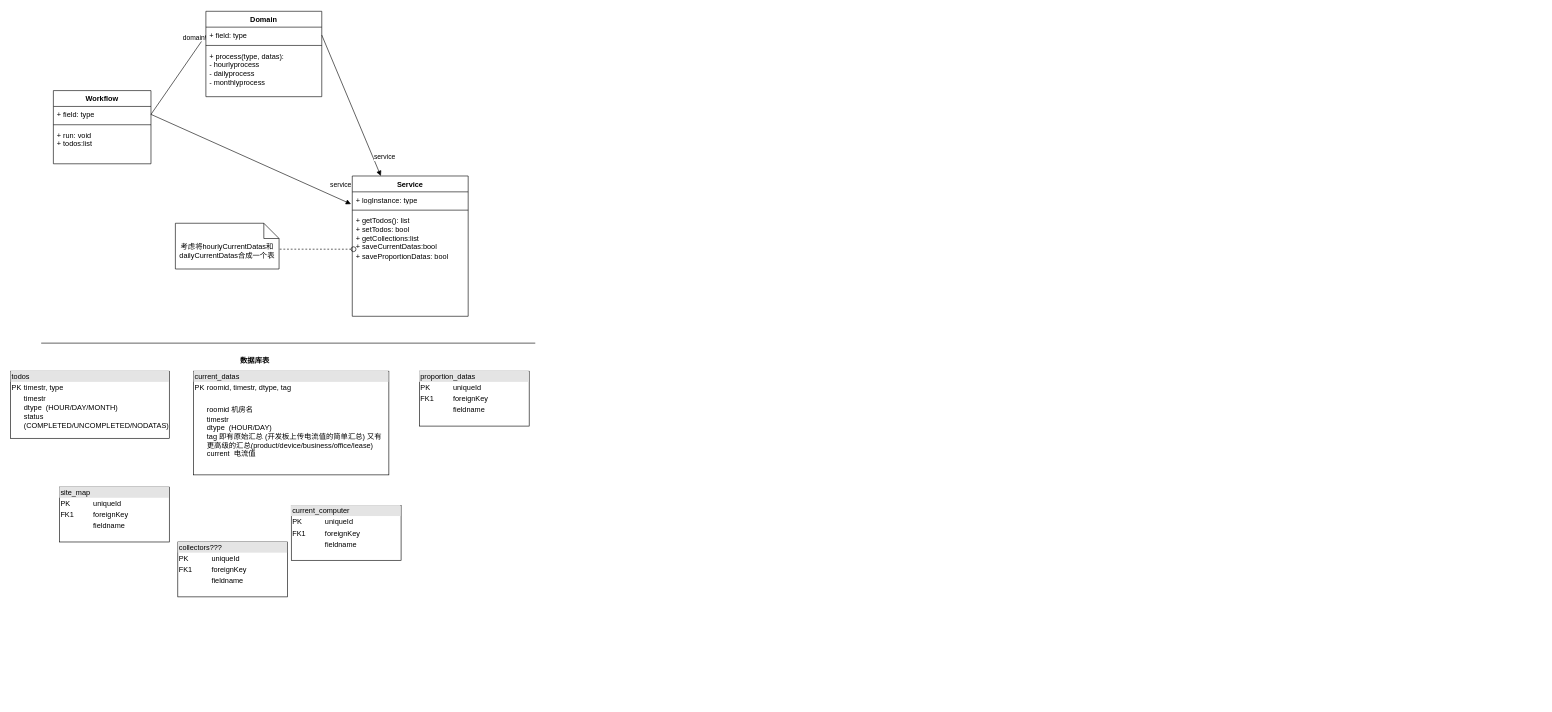
ThinkingAgain/PueProject keeps this draw.io diagram as page "类图" (15 of 15) of doc/proj/PUE.drawio. Above is the earlier version. Source tidied: cells renumbered, new cells numbered last; positions are measured from the earlier drawing's top-left corner, leaving out a move shared by most shapes. Both pictures are drawn from the tidied source at 61%, with x=0, y=0 at pixel (10, 11).
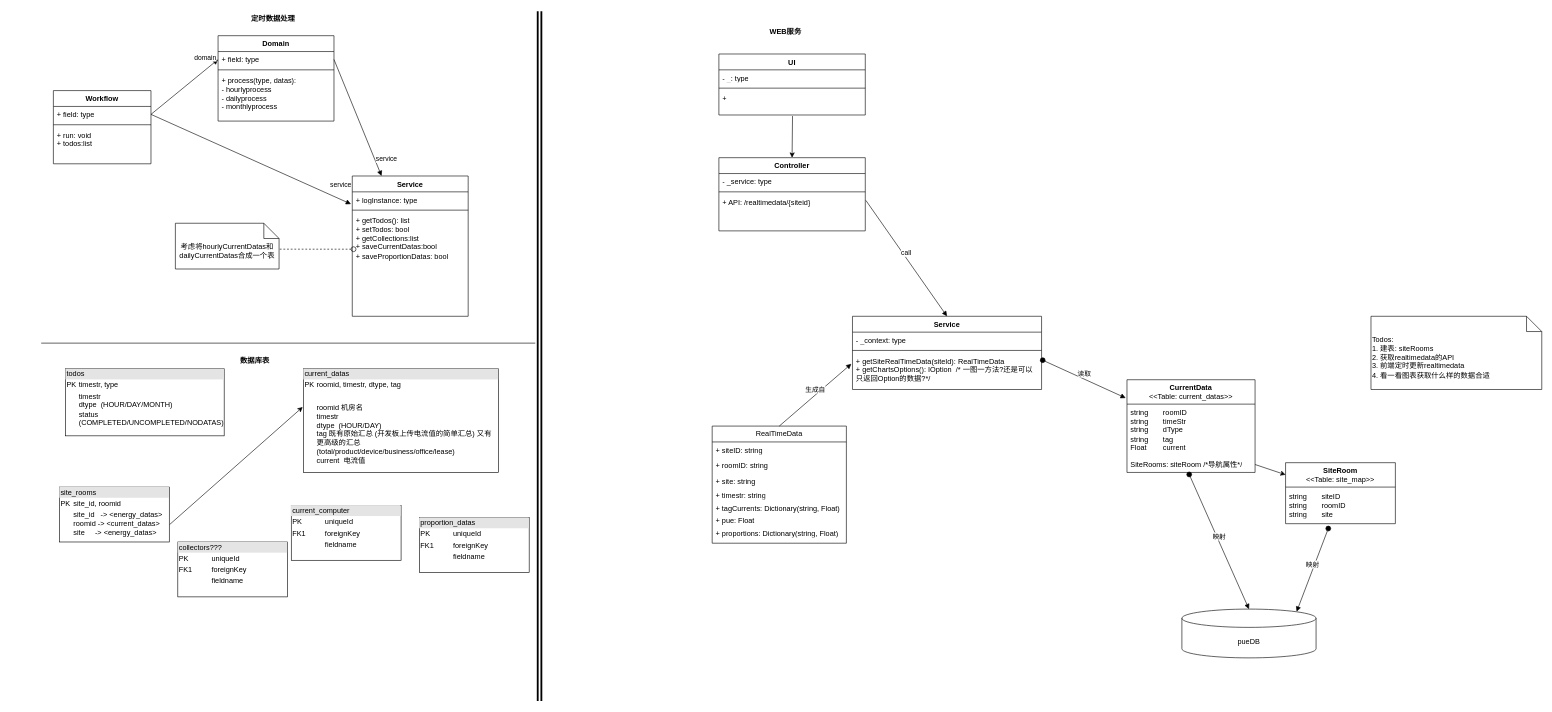
Above is the later version.

Change to the diagram source:
```diff
@@
     <mxCell id="6" value="Domain" style="swimlane;fontStyle=1;align=center;verticalAlign=top;horizontal=1;startSize=26;whiteSpace=wrap;html=1;" parent="1" vertex="1">
-      <mxGeometry x="320" width="190" height="140" as="geometry" />
+      <mxGeometry x="340" y="40" width="190" height="140" as="geometry" />
     </mxCell>
@@
     <mxCell id="21" value="&lt;div style=&quot;box-sizing:border-box;width:100%;background:#e4e4e4;padding:2px;&quot;&gt;todos&lt;/div&gt;&lt;table style=&quot;width:100%;font-size:1em;&quot; cellpadding=&quot;2&quot; cellspacing=&quot;0&quot;&gt;&lt;tbody&gt;&lt;tr&gt;&lt;td&gt;PK&lt;/td&gt;&lt;td&gt;timestr, type&lt;/td&gt;&lt;/tr&gt;&lt;tr&gt;&lt;td&gt;&lt;/td&gt;&lt;td&gt;timestr&amp;nbsp; &amp;nbsp;&lt;br&gt;dtype&amp;nbsp; (HOUR/DAY/MONTH)&lt;br&gt;status (COMPLETED/UNCOMPLETED/NODATAS)&lt;/td&gt;&lt;/tr&gt;&lt;/tbody&gt;&lt;/table&gt;" style="verticalAlign=top;align=left;overflow=fill;html=1;whiteSpace=wrap;" parent="1" vertex="1">
-      <mxGeometry y="590" width="260" height="110" as="geometry" />
+      <mxGeometry x="90" y="586" width="260" height="110" as="geometry" />
     </mxCell>
-    <mxCell id="22" value="&lt;div style=&quot;box-sizing:border-box;width:100%;background:#e4e4e4;padding:2px;&quot;&gt;current_datas&lt;/div&gt;&lt;table style=&quot;width:100%;font-size:1em;&quot; cellpadding=&quot;2&quot; cellspacing=&quot;0&quot;&gt;&lt;tbody&gt;&lt;tr&gt;&lt;td&gt;PK&lt;/td&gt;&lt;td&gt;roomid, timestr, dtype, tag&lt;/td&gt;&lt;/tr&gt;&lt;tr&gt;&lt;td&gt;&lt;br&gt;&lt;/td&gt;&lt;td&gt;&lt;br&gt;&lt;/td&gt;&lt;/tr&gt;&lt;tr&gt;&lt;td&gt;&lt;/td&gt;&lt;td&gt;roomid 机房名&lt;br&gt;timestr&amp;nbsp; &amp;nbsp;&lt;br&gt;dtype&amp;nbsp; (HOUR/DAY)&lt;br&gt;tag 即有原始汇总 (开发板上传电流值的简单汇总) 又有更高级的汇总(product/device/business/office/lease)&lt;br&gt;current&amp;nbsp; 电流值&lt;br&gt;&lt;br&gt;&lt;/td&gt;&lt;/tr&gt;&lt;/tbody&gt;&lt;/table&gt;" style="verticalAlign=top;align=left;overflow=fill;html=1;whiteSpace=wrap;" parent="1" vertex="1">
-      <mxGeometry x="300" y="590" width="320" height="170" as="geometry" />
+    <mxCell id="22" value="&lt;div style=&quot;box-sizing:border-box;width:100%;background:#e4e4e4;padding:2px;&quot;&gt;current_datas&lt;/div&gt;&lt;table style=&quot;width:100%;font-size:1em;&quot; cellpadding=&quot;2&quot; cellspacing=&quot;0&quot;&gt;&lt;tbody&gt;&lt;tr&gt;&lt;td&gt;PK&lt;/td&gt;&lt;td&gt;roomid, timestr, dtype, tag&lt;/td&gt;&lt;/tr&gt;&lt;tr&gt;&lt;td&gt;&lt;br&gt;&lt;/td&gt;&lt;td&gt;&lt;br&gt;&lt;/td&gt;&lt;/tr&gt;&lt;tr&gt;&lt;td&gt;&lt;/td&gt;&lt;td&gt;roomid 机房名&lt;br&gt;timestr&amp;nbsp; &amp;nbsp;&lt;br&gt;dtype&amp;nbsp; (HOUR/DAY)&lt;br&gt;tag 既有原始汇总 (开发板上传电流值的简单汇总) 又有更高级的汇总(total/product/device/business/office/lease)&lt;br&gt;current&amp;nbsp; 电流值&lt;br&gt;&lt;br&gt;&lt;/td&gt;&lt;/tr&gt;&lt;/tbody&gt;&lt;/table&gt;" style="verticalAlign=top;align=left;overflow=fill;html=1;whiteSpace=wrap;" parent="1" vertex="1">
+      <mxGeometry x="480" y="586" width="320" height="170" as="geometry" />
     </mxCell>
     <mxCell id="23" value="&lt;div style=&quot;box-sizing:border-box;width:100%;background:#e4e4e4;padding:2px;&quot;&gt;proportion_datas&lt;/div&gt;&lt;table style=&quot;width:100%;font-size:1em;&quot; cellpadding=&quot;2&quot; cellspacing=&quot;0&quot;&gt;&lt;tbody&gt;&lt;tr&gt;&lt;td&gt;PK&lt;/td&gt;&lt;td&gt;uniqueId&lt;/td&gt;&lt;/tr&gt;&lt;tr&gt;&lt;td&gt;FK1&lt;/td&gt;&lt;td&gt;foreignKey&lt;/td&gt;&lt;/tr&gt;&lt;tr&gt;&lt;td&gt;&lt;/td&gt;&lt;td&gt;fieldname&lt;/td&gt;&lt;/tr&gt;&lt;/tbody&gt;&lt;/table&gt;" style="verticalAlign=top;align=left;overflow=fill;html=1;whiteSpace=wrap;" parent="1" vertex="1">
-      <mxGeometry x="670" y="590" width="180" height="90" as="geometry" />
+      <mxGeometry x="670" y="830" width="180" height="90" as="geometry" />
     </mxCell>
-    <mxCell id="24" value="&lt;div style=&quot;box-sizing:border-box;width:100%;background:#e4e4e4;padding:2px;&quot;&gt;site_map&lt;/div&gt;&lt;table style=&quot;width:100%;font-size:1em;&quot; cellpadding=&quot;2&quot; cellspacing=&quot;0&quot;&gt;&lt;tbody&gt;&lt;tr&gt;&lt;td&gt;PK&lt;/td&gt;&lt;td&gt;uniqueId&lt;/td&gt;&lt;/tr&gt;&lt;tr&gt;&lt;td&gt;FK1&lt;/td&gt;&lt;td&gt;foreignKey&lt;/td&gt;&lt;/tr&gt;&lt;tr&gt;&lt;td&gt;&lt;/td&gt;&lt;td&gt;fieldname&lt;/td&gt;&lt;/tr&gt;&lt;/tbody&gt;&lt;/table&gt;" style="verticalAlign=top;align=left;overflow=fill;html=1;whiteSpace=wrap;" parent="1" vertex="1">
+    <mxCell id="24" value="&lt;div style=&quot;box-sizing:border-box;width:100%;background:#e4e4e4;padding:2px;&quot;&gt;site_rooms&lt;/div&gt;&lt;table style=&quot;width:100%;font-size:1em;&quot; cellpadding=&quot;2&quot; cellspacing=&quot;0&quot;&gt;&lt;tbody&gt;&lt;tr&gt;&lt;td&gt;PK&lt;/td&gt;&lt;td&gt;site_id, roomid&lt;/td&gt;&lt;/tr&gt;&lt;tr&gt;&lt;td&gt;&lt;br&gt;&lt;/td&gt;&lt;td&gt;site_id&amp;nbsp; &amp;nbsp;-&amp;gt; &amp;lt;energy_datas&amp;gt;&lt;br&gt;roomid -&amp;gt; &amp;lt;current_datas&amp;gt;&lt;br&gt;site&amp;nbsp; &amp;nbsp; &amp;nbsp;-&amp;gt; &amp;lt;energy_datas&amp;gt;&lt;br&gt;&lt;/td&gt;&lt;/tr&gt;&lt;/tbody&gt;&lt;/table&gt;" style="verticalAlign=top;align=left;overflow=fill;html=1;whiteSpace=wrap;" parent="1" vertex="1">
       <mxGeometry x="80" y="780" width="180" height="90" as="geometry" />
     </mxCell>
@@
+    <mxCell id="28" value="定时数据处理" style="text;align=center;fontStyle=1;verticalAlign=middle;spacingLeft=3;spacingRight=3;strokeColor=none;html=1;" parent="1" vertex="1">
+      <mxGeometry x="390" width="80" height="26" as="geometry" />
+    </mxCell>
+    <mxCell id="29" value="WEB服务" style="text;align=center;fontStyle=1;verticalAlign=middle;spacingLeft=3;spacingRight=3;strokeColor=none;html=1;" parent="1" vertex="1">
+      <mxGeometry x="1230" y="20" width="80" height="26" as="geometry" />
+    </mxCell>
+    <mxCell id="30" style="shape=link;html=1;rounded=0;strokeWidth=3;" parent="1" edge="1">
+      <mxGeometry relative="1" as="geometry">
+        <mxPoint x="867" y="1130.7" as="sourcePoint" />
+        <mxPoint x="867" as="targetPoint" />
+      </mxGeometry>
+    </mxCell>
+    <mxCell id="31" value="Service" style="swimlane;fontStyle=1;align=center;verticalAlign=top;horizontal=1;startSize=26;whiteSpace=wrap;html=1;" parent="1" vertex="1">
+      <mxGeometry x="1380" y="500" width="310" height="120" as="geometry" />
+    </mxCell>
+    <mxCell id="32" value="- _context: type" style="text;strokeColor=none;fillColor=none;align=left;verticalAlign=top;spacingLeft=4;spacingRight=4;overflow=hidden;whiteSpace=wrap;html=1;" parent="31" vertex="1">
+      <mxGeometry y="26" width="310" height="26" as="geometry" />
+    </mxCell>
+    <mxCell id="33" style="line;strokeWidth=1;fillColor=none;align=left;verticalAlign=middle;spacingTop=-1;spacingLeft=3;spacingRight=3;labelPosition=right;strokeColor=inherit;" parent="31" vertex="1">
+      <mxGeometry y="52" width="310" height="8" as="geometry" />
+    </mxCell>
+    <mxCell id="34" value="&lt;div&gt;+ getSiteRealTimeData(siteId): RealTimeData&lt;/div&gt;&lt;div&gt;+ getChartsOptions(): IOption&amp;nbsp; /* 一图一方法?还是可以只返回Option的数据?*/&lt;br&gt;&lt;div&gt;&lt;br&gt;&lt;/div&gt;&lt;/div&gt;" style="text;strokeColor=none;fillColor=none;align=left;verticalAlign=top;spacingLeft=4;spacingRight=4;overflow=hidden;points=[[0,0.5],[1,0.5]];portConstraint=eastwest;whiteSpace=wrap;html=1;" parent="31" vertex="1">
+      <mxGeometry y="60" width="310" height="60" as="geometry" />
+    </mxCell>
+    <mxCell id="35" value="RealTimeData" style="swimlane;fontStyle=0;horizontal=1;startSize=26;fillColor=none;whiteSpace=wrap;html=1;" parent="1" vertex="1">
+      <mxGeometry x="1150" y="680" width="220" height="192" as="geometry" />
+    </mxCell>
+    <mxCell id="36" value="+ siteID: string" style="text;strokeColor=none;fillColor=none;align=left;verticalAlign=top;spacingLeft=4;spacingRight=4;overflow=hidden;whiteSpace=wrap;html=1;" parent="35" vertex="1">
+      <mxGeometry y="26" width="220" height="26" as="geometry" />
+    </mxCell>
+    <mxCell id="37" value="+ roomID: string" style="text;strokeColor=none;fillColor=none;align=left;verticalAlign=top;spacingLeft=4;spacingRight=4;overflow=hidden;whiteSpace=wrap;html=1;" parent="35" vertex="1">
+      <mxGeometry y="52" width="220" height="26" as="geometry" />
+    </mxCell>
+    <mxCell id="38" value="+ site: string" style="text;strokeColor=none;fillColor=none;align=left;verticalAlign=top;spacingLeft=4;spacingRight=4;overflow=hidden;whiteSpace=wrap;html=1;" parent="35" vertex="1">
+      <mxGeometry y="78" width="220" height="22" as="geometry" />
+    </mxCell>
+    <mxCell id="39" value="+ timestr: string" style="text;strokeColor=none;fillColor=none;align=left;verticalAlign=top;spacingLeft=4;spacingRight=4;overflow=hidden;whiteSpace=wrap;html=1;" parent="35" vertex="1">
+      <mxGeometry y="100" width="220" height="22" as="geometry" />
+    </mxCell>
+    <mxCell id="40" value="+ tagCurrents: Dictionary(string, Float)" style="text;strokeColor=none;fillColor=none;align=left;verticalAlign=top;spacingLeft=4;spacingRight=4;overflow=hidden;whiteSpace=wrap;html=1;" parent="35" vertex="1">
+      <mxGeometry y="122" width="220" height="20" as="geometry" />
+    </mxCell>
+    <mxCell id="41" value="+ pue: Float" style="text;strokeColor=none;fillColor=none;align=left;verticalAlign=top;spacingLeft=4;spacingRight=4;overflow=hidden;whiteSpace=wrap;html=1;" parent="35" vertex="1">
+      <mxGeometry y="142" width="220" height="20" as="geometry" />
+    </mxCell>
+    <mxCell id="42" value="+ proportions: Dictionary(string, Float)" style="text;strokeColor=none;fillColor=none;align=left;verticalAlign=top;spacingLeft=4;spacingRight=4;overflow=hidden;whiteSpace=wrap;html=1;" parent="35" vertex="1">
+      <mxGeometry y="162" width="220" height="30" as="geometry" />
+    </mxCell>
+    <mxCell id="43" value="&lt;div&gt;CurrentData&lt;/div&gt;&lt;div&gt;&lt;span style=&quot;font-weight: 400; background-color: initial;&quot;&gt;&amp;lt;&amp;lt;Table: current_datas&amp;gt;&amp;gt;&lt;/span&gt;&lt;/div&gt;" style="swimlane;fontStyle=1;align=center;verticalAlign=middle;horizontal=1;startSize=40;html=1;whiteSpace=wrap;" parent="1" vertex="1">
+      <mxGeometry x="1830" y="604" width="210" height="152" as="geometry" />
+    </mxCell>
+    <mxCell id="44" value="string&lt;span style=&quot;white-space: pre;&quot;&gt;&#9;&lt;/span&gt;roomID&lt;div&gt;string &lt;span style=&quot;white-space: pre;&quot;&gt;&#9;&lt;/span&gt;timeStr&lt;/div&gt;&lt;div&gt;string &lt;span style=&quot;white-space: pre;&quot;&gt;&#9;&lt;/span&gt;dType&lt;/div&gt;&lt;div&gt;string&lt;span style=&quot;white-space: pre;&quot;&gt;&#9;&lt;/span&gt;tag&lt;/div&gt;&lt;div&gt;Float&amp;nbsp;&lt;span style=&quot;white-space: pre;&quot;&gt;&#9;&lt;/span&gt;current&lt;/div&gt;" style="text;html=1;strokeColor=none;fillColor=none;align=left;verticalAlign=middle;spacingLeft=4;spacingRight=4;overflow=hidden;whiteSpace=wrap;" parent="43" vertex="1">
+      <mxGeometry y="40" width="210" height="86" as="geometry" />
+    </mxCell>
+    <mxCell id="45" value="SiteRooms: siteRoom /*导航属性*/" style="text;strokeColor=none;fillColor=none;align=left;verticalAlign=top;spacingLeft=4;spacingRight=4;overflow=hidden;points=[[0,0.5],[1,0.5]];portConstraint=eastwest;whiteSpace=wrap;html=1;" parent="43" vertex="1">
+      <mxGeometry y="126" width="210" height="26" as="geometry" />
+    </mxCell>
+    <mxCell id="46" value="&lt;div&gt;SiteRoom&lt;/div&gt;&lt;div&gt;&lt;span style=&quot;font-weight: 400; background-color: initial;&quot;&gt;&amp;lt;&amp;lt;Table: site_map&amp;gt;&amp;gt;&lt;/span&gt;&lt;/div&gt;" style="swimlane;fontStyle=1;align=center;verticalAlign=middle;horizontal=1;startSize=40;html=1;whiteSpace=wrap;" parent="1" vertex="1">
+      <mxGeometry x="2090" y="740" width="180" height="100" as="geometry" />
+    </mxCell>
+    <mxCell id="47" value="string&lt;span style=&quot;white-space: pre;&quot;&gt;&#9;&lt;/span&gt;siteID&lt;div&gt;string &lt;span style=&quot;white-space: pre;&quot;&gt;&#9;&lt;/span&gt;roomID&lt;/div&gt;&lt;div&gt;string &lt;span style=&quot;white-space: pre;&quot;&gt;&#9;&lt;/span&gt;site&lt;/div&gt;" style="text;html=1;strokeColor=none;fillColor=none;align=left;verticalAlign=middle;spacingLeft=4;spacingRight=4;overflow=hidden;points=[[0,0.5],[1,0.5]];portConstraint=eastwest;whiteSpace=wrap;" parent="46" vertex="1">
+      <mxGeometry y="40" width="180" height="60" as="geometry" />
+    </mxCell>
+    <mxCell id="48" style="endArrow=classic;html=1;rounded=0;exitX=1.004;exitY=0.681;exitDx=0;exitDy=0;exitPerimeter=0;entryX=-0.004;entryY=0.369;entryDx=0;entryDy=0;entryPerimeter=0;" parent="1" edge="1" source="24" target="22">
+      <mxGeometry relative="1" as="geometry" />
+    </mxCell>
+    <mxCell id="49" style="endArrow=classic;html=1;rounded=0;exitX=1;exitY=0.5;exitDx=0;exitDy=0;" parent="1" edge="1" source="45" target="46">
+      <mxGeometry relative="1" as="geometry" />
+    </mxCell>
+    <mxCell id="50" value="生成自" style="html=1;verticalAlign=bottom;endArrow=block;curved=0;rounded=0;exitX=0.5;exitY=0;exitDx=0;exitDy=0;entryX=-0.006;entryY=0.3;entryDx=0;entryDy=0;entryPerimeter=0;" parent="1" edge="1" source="35" target="34">
+      <mxGeometry relative="1" as="geometry" />
+    </mxCell>
+    <mxCell id="51" value="读取" style="html=1;verticalAlign=bottom;startArrow=oval;startFill=1;endArrow=block;startSize=8;curved=0;rounded=0;entryX=-0.01;entryY=0.197;entryDx=0;entryDy=0;entryPerimeter=0;exitX=1.006;exitY=0.2;exitDx=0;exitDy=0;exitPerimeter=0;" parent="1" edge="1" source="34" target="43">
+      <mxGeometry relative="1" as="geometry" />
+    </mxCell>
+    <mxCell id="52" value="pueDB" style="shape=cylinder3;whiteSpace=wrap;html=1;boundedLbl=1;backgroundOutline=1;size=15;" parent="1" vertex="1">
+      <mxGeometry x="1920" y="980" width="220" height="80" as="geometry" />
+    </mxCell>
+    <mxCell id="53" value="映射" style="html=1;verticalAlign=bottom;startArrow=oval;startFill=1;endArrow=block;startSize=8;curved=0;rounded=0;exitX=0.486;exitY=1.128;exitDx=0;exitDy=0;exitPerimeter=0;entryX=0.5;entryY=0;entryDx=0;entryDy=0;entryPerimeter=0;" parent="1" edge="1" source="45" target="52">
+      <mxGeometry relative="1" as="geometry" />
+    </mxCell>
+    <mxCell id="54" value="映射" style="html=1;verticalAlign=bottom;startArrow=oval;startFill=1;endArrow=block;startSize=8;curved=0;rounded=0;exitX=0.389;exitY=1.133;exitDx=0;exitDy=0;exitPerimeter=0;entryX=0.855;entryY=0;entryDx=0;entryDy=4.35;entryPerimeter=0;" parent="1" edge="1" source="47" target="52">
+      <mxGeometry relative="1" as="geometry" />
+    </mxCell>
+    <mxCell id="55" value="call" style="html=1;verticalAlign=bottom;endArrow=block;curved=0;rounded=0;exitX=1.004;exitY=0.167;exitDx=0;exitDy=0;exitPerimeter=0;entryX=0.5;entryY=0;entryDx=0;entryDy=0;" parent="1" edge="1" source="59" target="31">
+      <mxGeometry relative="1" as="geometry" />
+    </mxCell>
+    <mxCell id="56" value="Controller" style="swimlane;fontStyle=1;align=center;verticalAlign=top;horizontal=1;startSize=26;whiteSpace=wrap;html=1;" parent="1" vertex="1">
+      <mxGeometry x="1161" y="240" width="240" height="120" as="geometry" />
+    </mxCell>
+    <mxCell id="57" value="- _service: type" style="text;strokeColor=none;fillColor=none;align=left;verticalAlign=top;spacingLeft=4;spacingRight=4;overflow=hidden;whiteSpace=wrap;html=1;" parent="56" vertex="1">
+      <mxGeometry y="26" width="240" height="26" as="geometry" />
+    </mxCell>
+    <mxCell id="58" style="line;strokeWidth=1;fillColor=none;align=left;verticalAlign=middle;spacingTop=-1;spacingLeft=3;spacingRight=3;labelPosition=right;strokeColor=inherit;" parent="56" vertex="1">
+      <mxGeometry y="52" width="240" height="8" as="geometry" />
+    </mxCell>
+    <mxCell id="59" value="+ API: /realtimedata/{siteid}&lt;div&gt;&lt;br&gt;&lt;/div&gt;" style="text;strokeColor=none;fillColor=none;align=left;verticalAlign=top;spacingLeft=4;spacingRight=4;overflow=hidden;points=[[0,0.5],[1,0.5]];portConstraint=eastwest;whiteSpace=wrap;html=1;" parent="56" vertex="1">
+      <mxGeometry y="60" width="240" height="60" as="geometry" />
+    </mxCell>
+    <mxCell id="60" value="UI" style="swimlane;fontStyle=1;align=center;verticalAlign=top;horizontal=1;startSize=26;whiteSpace=wrap;html=1;" parent="1" vertex="1">
+      <mxGeometry x="1161" y="70" width="240" height="100" as="geometry" />
+    </mxCell>
+    <mxCell id="61" value="- _: type" style="text;strokeColor=none;fillColor=none;align=left;verticalAlign=top;spacingLeft=4;spacingRight=4;overflow=hidden;whiteSpace=wrap;html=1;" parent="60" vertex="1">
+      <mxGeometry y="26" width="240" height="26" as="geometry" />
+    </mxCell>
+    <mxCell id="62" style="line;strokeWidth=1;fillColor=none;align=left;verticalAlign=middle;spacingTop=-1;spacingLeft=3;spacingRight=3;labelPosition=right;strokeColor=inherit;" parent="60" vertex="1">
+      <mxGeometry y="52" width="240" height="8" as="geometry" />
+    </mxCell>
+    <mxCell id="63" value="+&amp;nbsp;&lt;div&gt;&lt;br&gt;&lt;/div&gt;" style="text;strokeColor=none;fillColor=none;align=left;verticalAlign=top;spacingLeft=4;spacingRight=4;overflow=hidden;points=[[0,0.5],[1,0.5]];portConstraint=eastwest;whiteSpace=wrap;html=1;" parent="60" vertex="1">
+      <mxGeometry y="60" width="240" height="40" as="geometry" />
+    </mxCell>
+    <mxCell id="64" style="endArrow=classic;html=1;rounded=0;exitX=0.503;exitY=1.044;exitDx=0;exitDy=0;exitPerimeter=0;entryX=0.5;entryY=0;entryDx=0;entryDy=0;" parent="1" edge="1" source="63" target="56">
+      <mxGeometry relative="1" as="geometry" />
+    </mxCell>
+    <mxCell id="65" value="Todos:&lt;div&gt;1. 建表: siteRooms&lt;/div&gt;&lt;div&gt;2. 获取realtimedata的API&lt;/div&gt;&lt;div&gt;3. 前端定时更新realtimedata&lt;/div&gt;&lt;div&gt;4. 看一看图表获取什么样的数据合适&lt;/div&gt;" style="shape=note2;boundedLbl=1;whiteSpace=wrap;html=1;size=25;verticalAlign=top;align=left;" parent="1" vertex="1">
+      <mxGeometry x="2230" y="500" width="280" height="120" as="geometry" />
+    </mxCell>
```
